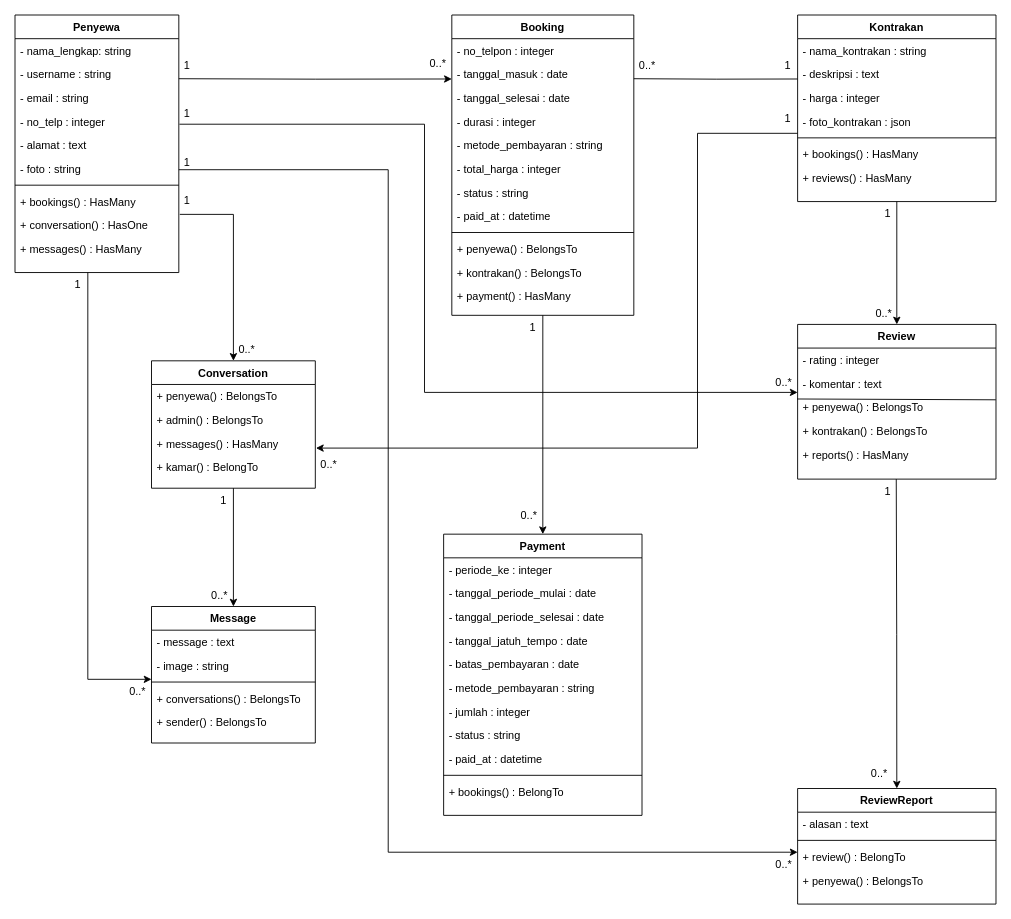
The draw.io diagram page "class diagram 1" (1 of 2) of Classs Diagram.drawio in rizkyanandakinan23/kontrakan-app_2, before the edit. Source tidied: cells renumbered, new cells numbered last; positions are measured from the earlier drawing's top-left corner, leaving out a move shared by most shapes. Both pictures are drawn from the tidied source at 91%, with x=0, y=0 at pixel (15, 15).
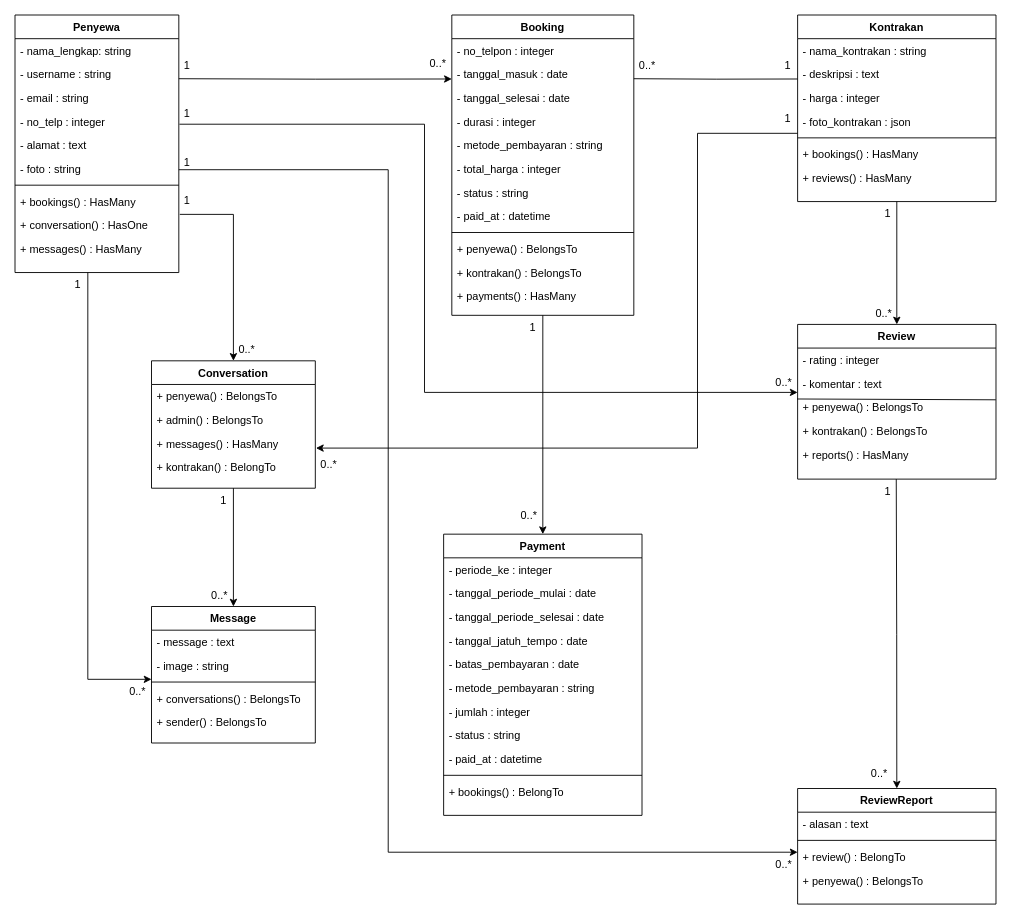
After the change.

The change refers to these unchanged cells:
```xml
<mxCell id="14" value="Booking" style="swimlane;fontStyle=1;align=center;verticalAlign=top;horizontal=1;startSize=26;rounded=0;shadow=0;strokeWidth=1;" parent="1" vertex="1">
  <mxGeometry x="480" width="200" height="330" as="geometry" />
</mxCell>
<mxCell id="39" value="Conversation" style="swimlane;fontStyle=1;align=center;verticalAlign=top;horizontal=1;startSize=26;rounded=0;shadow=0;strokeWidth=1;" parent="1" vertex="1">
  <mxGeometry x="150" y="380" width="180" height="140" as="geometry" />
</mxCell>
```

Diff of the diagram source:
```diff
@@
-    <mxCell id="26" value="+ payment() : HasMany" style="text;align=left;verticalAlign=top;spacingLeft=4;spacingRight=4;overflow=hidden;rounded=0;shadow=0;html=0;" parent="14" vertex="1">
+    <mxCell id="26" value="+ payments() : HasMany" style="text;align=left;verticalAlign=top;spacingLeft=4;spacingRight=4;overflow=hidden;rounded=0;shadow=0;html=0;" parent="14" vertex="1">
       <mxGeometry y="296" width="200" height="26" as="geometry" />
     </mxCell>
@@
-    <mxCell id="43" value="+ kamar() : BelongTo" style="text;align=left;verticalAlign=top;spacingLeft=4;spacingRight=4;overflow=hidden;rounded=0;shadow=0;html=0;" parent="39" vertex="1">
+    <mxCell id="43" value="+ kontrakan() : BelongTo" style="text;align=left;verticalAlign=top;spacingLeft=4;spacingRight=4;overflow=hidden;rounded=0;shadow=0;html=0;" parent="39" vertex="1">
       <mxGeometry y="104" width="180" height="26" as="geometry" />
     </mxCell>
```
